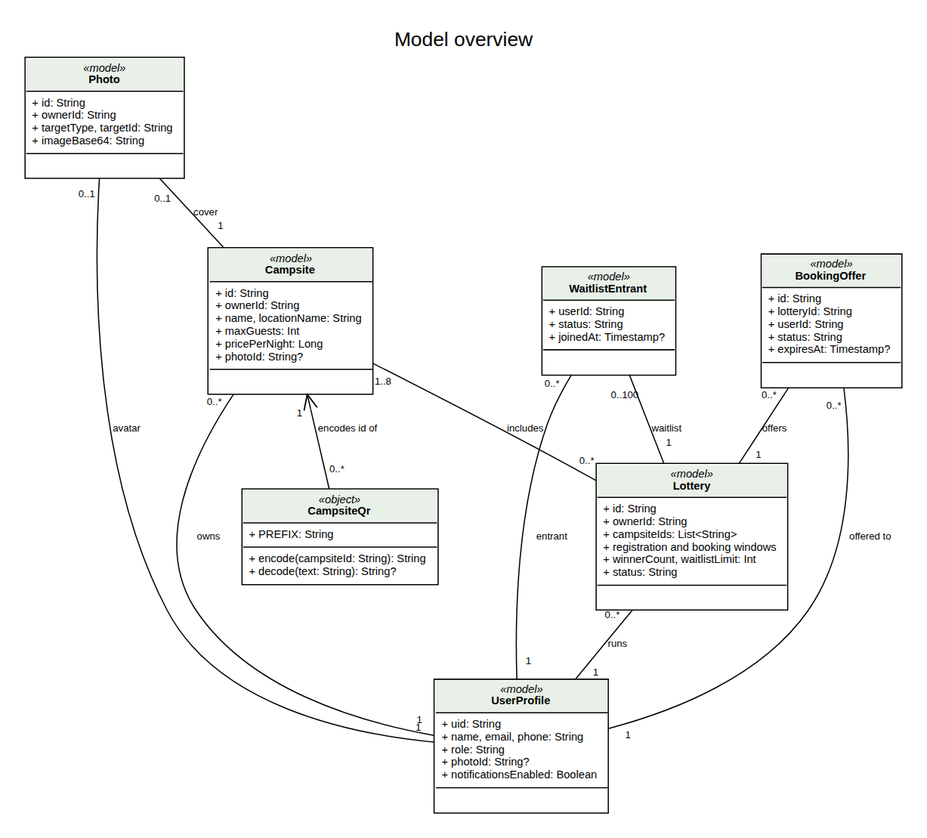
The Graphviz diagram doc/uml/overview.png in CMPUT301F26-legion/legion-events, before a commit. Its source is kept beside it as doc/uml/overview.dot. Its diagram source:
```dot
digraph G {
  graph [rankdir=BT fontname="Liberation Sans" nodesep=0.5 ranksep=0.7 dpi=110 pad=0.3
         label="Model overview" labelloc=t fontsize=18];
  node  [shape=plain fontname="Liberation Sans" fontsize=10];
  edge  [fontname="Liberation Sans" fontsize=9 labeldistance=1.8 labelangle=35];

  UserProfile [label=<<TABLE BORDER="1" CELLBORDER="0" CELLSPACING="0" CELLPADDING="4"><TR><TD BGCOLOR="#e8f0e8"><I>«model»</I><BR/><B>UserProfile</B></TD></TR><TR><TD ALIGN="LEFT" BALIGN="LEFT" SIDES="T" BORDER="1">+ uid: String<BR/>+ name, email, phone: String<BR/>+ role: String<BR/>+ photoId: String?<BR/>+ notificationsEnabled: Boolean</TD></TR><TR><TD ALIGN="LEFT" BALIGN="LEFT" SIDES="T" BORDER="1"> </TD></TR></TABLE>>];
  Campsite [label=<<TABLE BORDER="1" CELLBORDER="0" CELLSPACING="0" CELLPADDING="4"><TR><TD BGCOLOR="#e8f0e8"><I>«model»</I><BR/><B>Campsite</B></TD></TR><TR><TD ALIGN="LEFT" BALIGN="LEFT" SIDES="T" BORDER="1">+ id: String<BR/>+ ownerId: String<BR/>+ name, locationName: String<BR/>+ maxGuests: Int<BR/>+ pricePerNight: Long<BR/>+ photoId: String?</TD></TR><TR><TD ALIGN="LEFT" BALIGN="LEFT" SIDES="T" BORDER="1"> </TD></TR></TABLE>>];
  Photo [label=<<TABLE BORDER="1" CELLBORDER="0" CELLSPACING="0" CELLPADDING="4"><TR><TD BGCOLOR="#e8f0e8"><I>«model»</I><BR/><B>Photo</B></TD></TR><TR><TD ALIGN="LEFT" BALIGN="LEFT" SIDES="T" BORDER="1">+ id: String<BR/>+ ownerId: String<BR/>+ targetType, targetId: String<BR/>+ imageBase64: String</TD></TR><TR><TD ALIGN="LEFT" BALIGN="LEFT" SIDES="T" BORDER="1"> </TD></TR></TABLE>>];
  Lottery [label=<<TABLE BORDER="1" CELLBORDER="0" CELLSPACING="0" CELLPADDING="4"><TR><TD BGCOLOR="#e8f0e8"><I>«model»</I><BR/><B>Lottery</B></TD></TR><TR><TD ALIGN="LEFT" BALIGN="LEFT" SIDES="T" BORDER="1">+ id: String<BR/>+ ownerId: String<BR/>+ campsiteIds: List&lt;String&gt;<BR/>+ registration and booking windows<BR/>+ winnerCount, waitlistLimit: Int<BR/>+ status: String</TD></TR><TR><TD ALIGN="LEFT" BALIGN="LEFT" SIDES="T" BORDER="1"> </TD></TR></TABLE>>];
  WaitlistEntrant [label=<<TABLE BORDER="1" CELLBORDER="0" CELLSPACING="0" CELLPADDING="4"><TR><TD BGCOLOR="#e8f0e8"><I>«model»</I><BR/><B>WaitlistEntrant</B></TD></TR><TR><TD ALIGN="LEFT" BALIGN="LEFT" SIDES="T" BORDER="1">+ userId: String<BR/>+ status: String<BR/>+ joinedAt: Timestamp?</TD></TR><TR><TD ALIGN="LEFT" BALIGN="LEFT" SIDES="T" BORDER="1"> </TD></TR></TABLE>>];
  BookingOffer [label=<<TABLE BORDER="1" CELLBORDER="0" CELLSPACING="0" CELLPADDING="4"><TR><TD BGCOLOR="#e8f0e8"><I>«model»</I><BR/><B>BookingOffer</B></TD></TR><TR><TD ALIGN="LEFT" BALIGN="LEFT" SIDES="T" BORDER="1">+ id: String<BR/>+ lotteryId: String<BR/>+ userId: String<BR/>+ status: String<BR/>+ expiresAt: Timestamp?</TD></TR><TR><TD ALIGN="LEFT" BALIGN="LEFT" SIDES="T" BORDER="1"> </TD></TR></TABLE>>];
  CampsiteQr [label=<<TABLE BORDER="1" CELLBORDER="0" CELLSPACING="0" CELLPADDING="4"><TR><TD BGCOLOR="#e8f0e8"><I>«object»</I><BR/><B>CampsiteQr</B></TD></TR><TR><TD ALIGN="LEFT" BALIGN="LEFT" SIDES="T" BORDER="1">+ PREFIX: String</TD></TR><TR><TD ALIGN="LEFT" BALIGN="LEFT" SIDES="T" BORDER="1">+ encode(campsiteId: String): String<BR/>+ decode(text: String): String?</TD></TR></TABLE>>];
  UserProfile -> Campsite [arrowhead=none label="owns" taillabel="1" headlabel="0..*"];
  UserProfile -> Lottery [arrowhead=none label="runs" taillabel="1" headlabel="0..*"];
  Lottery -> Campsite [arrowhead=none label="includes" taillabel="0..*" headlabel="1..8"];
  Lottery -> WaitlistEntrant [arrowhead=none label="waitlist" taillabel="1" headlabel="0..100"];
  WaitlistEntrant -> UserProfile [arrowhead=none label="entrant" taillabel="0..*" headlabel="1"];
  Lottery -> BookingOffer [arrowhead=none label="offers" taillabel="1" headlabel="0..*"];
  BookingOffer -> UserProfile [arrowhead=none label="offered to" taillabel="0..*" headlabel="1"];
  Campsite -> Photo [arrowhead=none label="cover" taillabel="1" headlabel="0..1"];
  UserProfile -> Photo [arrowhead=none label="avatar" taillabel="1" headlabel="0..1"];
  CampsiteQr -> Campsite [arrowhead=vee label="encodes id of" taillabel="0..*" headlabel="1"];
}
```
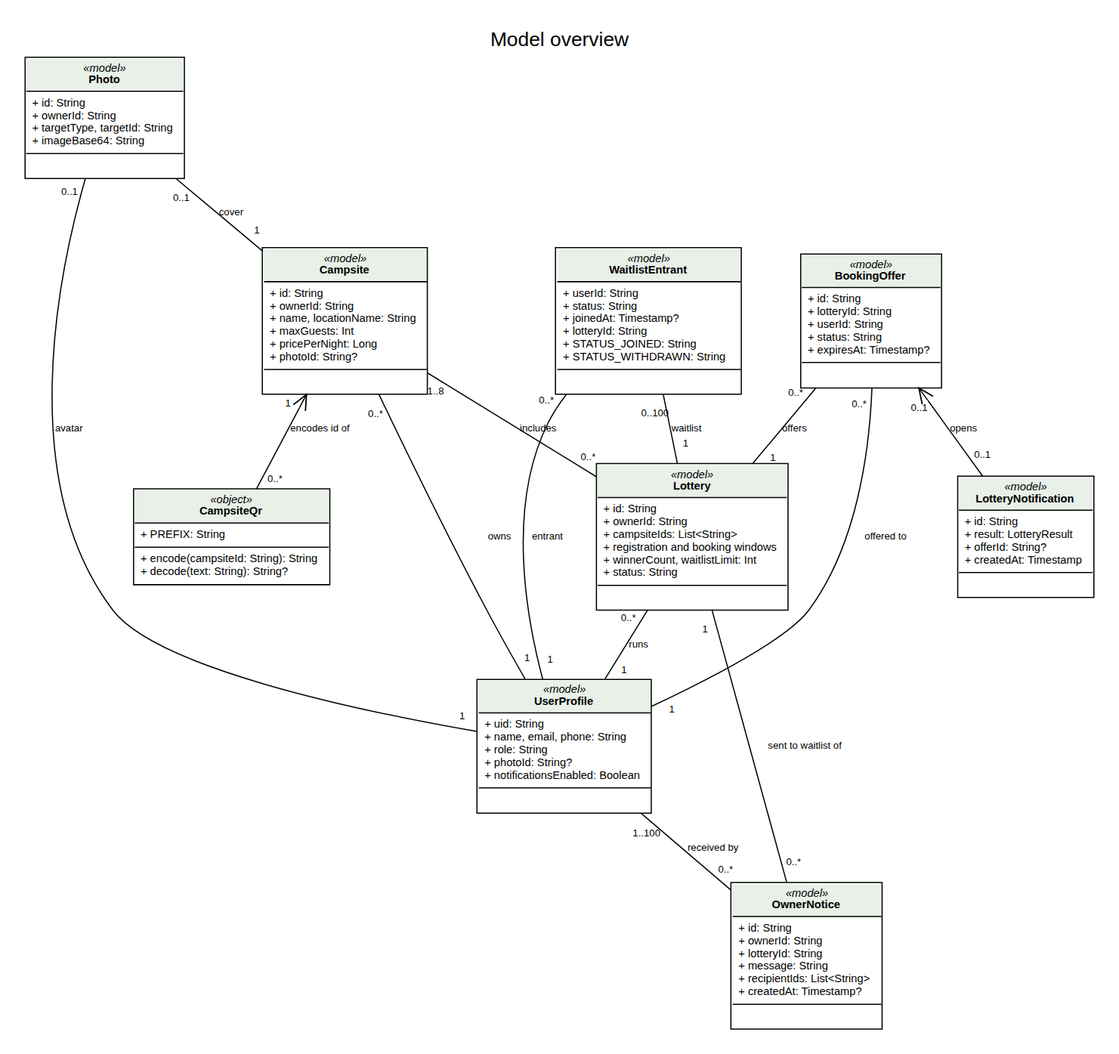
The same diagram one commit later.

What changed in the source:
```diff
@@ -8,9 +8,11 @@
   Campsite [label=<<TABLE BORDER="1" CELLBORDER="0" CELLSPACING="0" CELLPADDING="4"><TR><TD BGCOLOR="#e8f0e8"><I>«model»</I><BR/><B>Campsite</B></TD></TR><TR><TD ALIGN="LEFT" BALIGN="LEFT" SIDES="T" BORDER="1">+ id: String<BR/>+ ownerId: String<BR/>+ name, locationName: String<BR/>+ maxGuests: Int<BR/>+ pricePerNight: Long<BR/>+ photoId: String?</TD></TR><TR><TD ALIGN="LEFT" BALIGN="LEFT" SIDES="T" BORDER="1"> </TD></TR></TABLE>>];
   Photo [label=<<TABLE BORDER="1" CELLBORDER="0" CELLSPACING="0" CELLPADDING="4"><TR><TD BGCOLOR="#e8f0e8"><I>«model»</I><BR/><B>Photo</B></TD></TR><TR><TD ALIGN="LEFT" BALIGN="LEFT" SIDES="T" BORDER="1">+ id: String<BR/>+ ownerId: String<BR/>+ targetType, targetId: String<BR/>+ imageBase64: String</TD></TR><TR><TD ALIGN="LEFT" BALIGN="LEFT" SIDES="T" BORDER="1"> </TD></TR></TABLE>>];
   Lottery [label=<<TABLE BORDER="1" CELLBORDER="0" CELLSPACING="0" CELLPADDING="4"><TR><TD BGCOLOR="#e8f0e8"><I>«model»</I><BR/><B>Lottery</B></TD></TR><TR><TD ALIGN="LEFT" BALIGN="LEFT" SIDES="T" BORDER="1">+ id: String<BR/>+ ownerId: String<BR/>+ campsiteIds: List&lt;String&gt;<BR/>+ registration and booking windows<BR/>+ winnerCount, waitlistLimit: Int<BR/>+ status: String</TD></TR><TR><TD ALIGN="LEFT" BALIGN="LEFT" SIDES="T" BORDER="1"> </TD></TR></TABLE>>];
-  WaitlistEntrant [label=<<TABLE BORDER="1" CELLBORDER="0" CELLSPACING="0" CELLPADDING="4"><TR><TD BGCOLOR="#e8f0e8"><I>«model»</I><BR/><B>WaitlistEntrant</B></TD></TR><TR><TD ALIGN="LEFT" BALIGN="LEFT" SIDES="T" BORDER="1">+ userId: String<BR/>+ status: String<BR/>+ joinedAt: Timestamp?</TD></TR><TR><TD ALIGN="LEFT" BALIGN="LEFT" SIDES="T" BORDER="1"> </TD></TR></TABLE>>];
+  WaitlistEntrant [label=<<TABLE BORDER="1" CELLBORDER="0" CELLSPACING="0" CELLPADDING="4"><TR><TD BGCOLOR="#e8f0e8"><I>«model»</I><BR/><B>WaitlistEntrant</B></TD></TR><TR><TD ALIGN="LEFT" BALIGN="LEFT" SIDES="T" BORDER="1">+ userId: String<BR/>+ status: String<BR/>+ joinedAt: Timestamp?<BR/>+ lotteryId: String<BR/>+ STATUS_JOINED: String<BR/>+ STATUS_WITHDRAWN: String</TD></TR><TR><TD ALIGN="LEFT" BALIGN="LEFT" SIDES="T" BORDER="1"> </TD></TR></TABLE>>];
   BookingOffer [label=<<TABLE BORDER="1" CELLBORDER="0" CELLSPACING="0" CELLPADDING="4"><TR><TD BGCOLOR="#e8f0e8"><I>«model»</I><BR/><B>BookingOffer</B></TD></TR><TR><TD ALIGN="LEFT" BALIGN="LEFT" SIDES="T" BORDER="1">+ id: String<BR/>+ lotteryId: String<BR/>+ userId: String<BR/>+ status: String<BR/>+ expiresAt: Timestamp?</TD></TR><TR><TD ALIGN="LEFT" BALIGN="LEFT" SIDES="T" BORDER="1"> </TD></TR></TABLE>>];
   CampsiteQr [label=<<TABLE BORDER="1" CELLBORDER="0" CELLSPACING="0" CELLPADDING="4"><TR><TD BGCOLOR="#e8f0e8"><I>«object»</I><BR/><B>CampsiteQr</B></TD></TR><TR><TD ALIGN="LEFT" BALIGN="LEFT" SIDES="T" BORDER="1">+ PREFIX: String</TD></TR><TR><TD ALIGN="LEFT" BALIGN="LEFT" SIDES="T" BORDER="1">+ encode(campsiteId: String): String<BR/>+ decode(text: String): String?</TD></TR></TABLE>>];
+  OwnerNotice [label=<<TABLE BORDER="1" CELLBORDER="0" CELLSPACING="0" CELLPADDING="4"><TR><TD BGCOLOR="#e8f0e8"><I>«model»</I><BR/><B>OwnerNotice</B></TD></TR><TR><TD ALIGN="LEFT" BALIGN="LEFT" SIDES="T" BORDER="1">+ id: String<BR/>+ ownerId: String<BR/>+ lotteryId: String<BR/>+ message: String<BR/>+ recipientIds: List&lt;String&gt;<BR/>+ createdAt: Timestamp?</TD></TR><TR><TD ALIGN="LEFT" BALIGN="LEFT" SIDES="T" BORDER="1"> </TD></TR></TABLE>>];
+  LotteryNotification [label=<<TABLE BORDER="1" CELLBORDER="0" CELLSPACING="0" CELLPADDING="4"><TR><TD BGCOLOR="#e8f0e8"><I>«model»</I><BR/><B>LotteryNotification</B></TD></TR><TR><TD ALIGN="LEFT" BALIGN="LEFT" SIDES="T" BORDER="1">+ id: String<BR/>+ result: LotteryResult<BR/>+ offerId: String?<BR/>+ createdAt: Timestamp</TD></TR><TR><TD ALIGN="LEFT" BALIGN="LEFT" SIDES="T" BORDER="1"> </TD></TR></TABLE>>];
   UserProfile -> Campsite [arrowhead=none label="owns" taillabel="1" headlabel="0..*"];
   UserProfile -> Lottery [arrowhead=none label="runs" taillabel="1" headlabel="0..*"];
   Lottery -> Campsite [arrowhead=none label="includes" taillabel="0..*" headlabel="1..8"];
@@ -21,4 +23,7 @@
   Campsite -> Photo [arrowhead=none label="cover" taillabel="1" headlabel="0..1"];
   UserProfile -> Photo [arrowhead=none label="avatar" taillabel="1" headlabel="0..1"];
   CampsiteQr -> Campsite [arrowhead=vee label="encodes id of" taillabel="0..*" headlabel="1"];
+  OwnerNotice -> Lottery [arrowhead=none label="sent to waitlist of" taillabel="0..*" headlabel="1"];
+  OwnerNotice -> UserProfile [arrowhead=none label="received by" taillabel="0..*" headlabel="1..100"];
+  LotteryNotification -> BookingOffer [arrowhead=vee label="opens" taillabel="0..1" headlabel="0..1"];
 }
```
